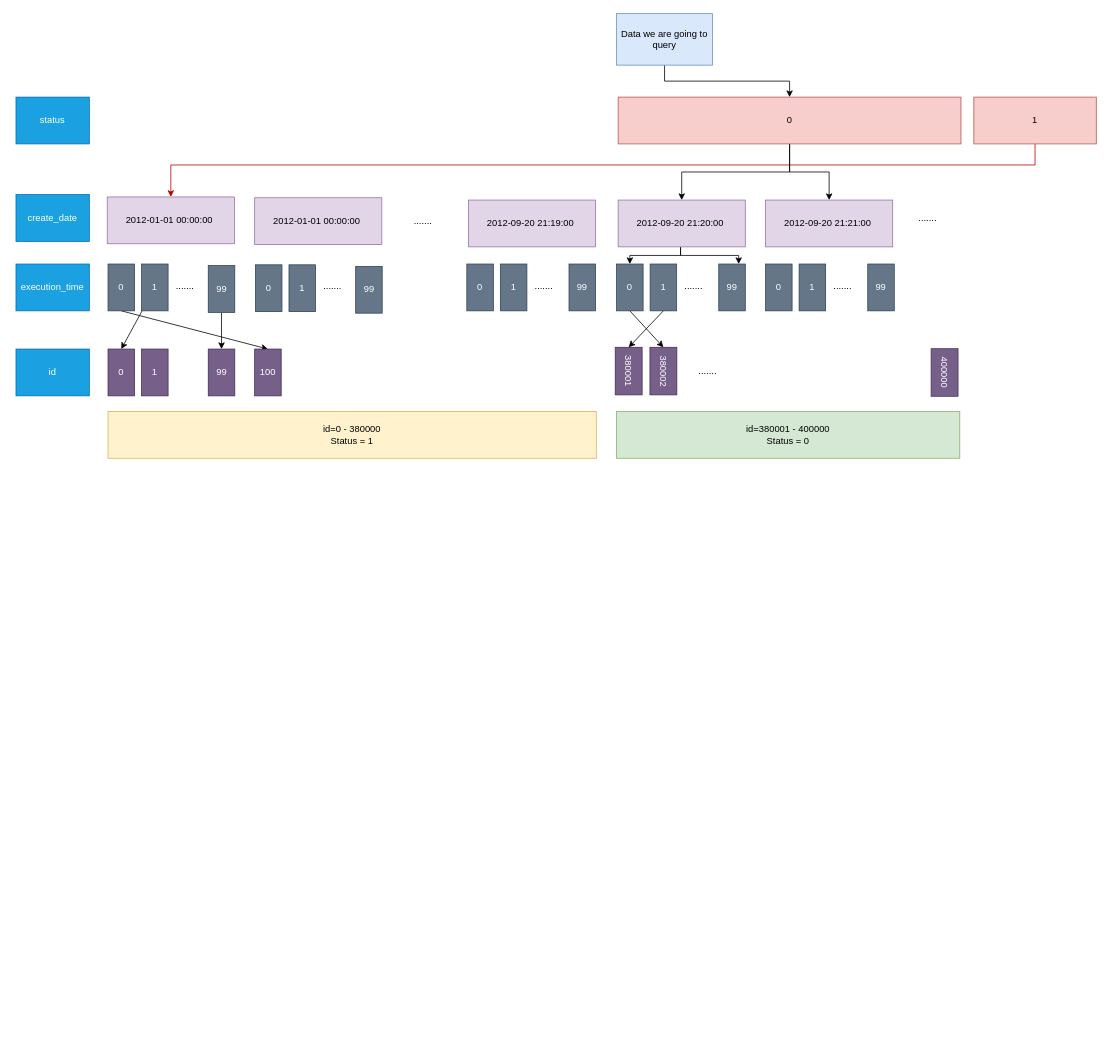
Before: page "Page-2" (2 of 2) of drawio/mysql/mysql.drawio in cmkam/architecture, a draw.io diagram. Source tidied: cells renumbered, new cells numbered last; positions are measured from the earlier drawing's top-left corner, leaving out a move shared by most shapes. Both pictures are drawn from the tidied source at 78%, with x=0, y=0 at pixel (16, 13).
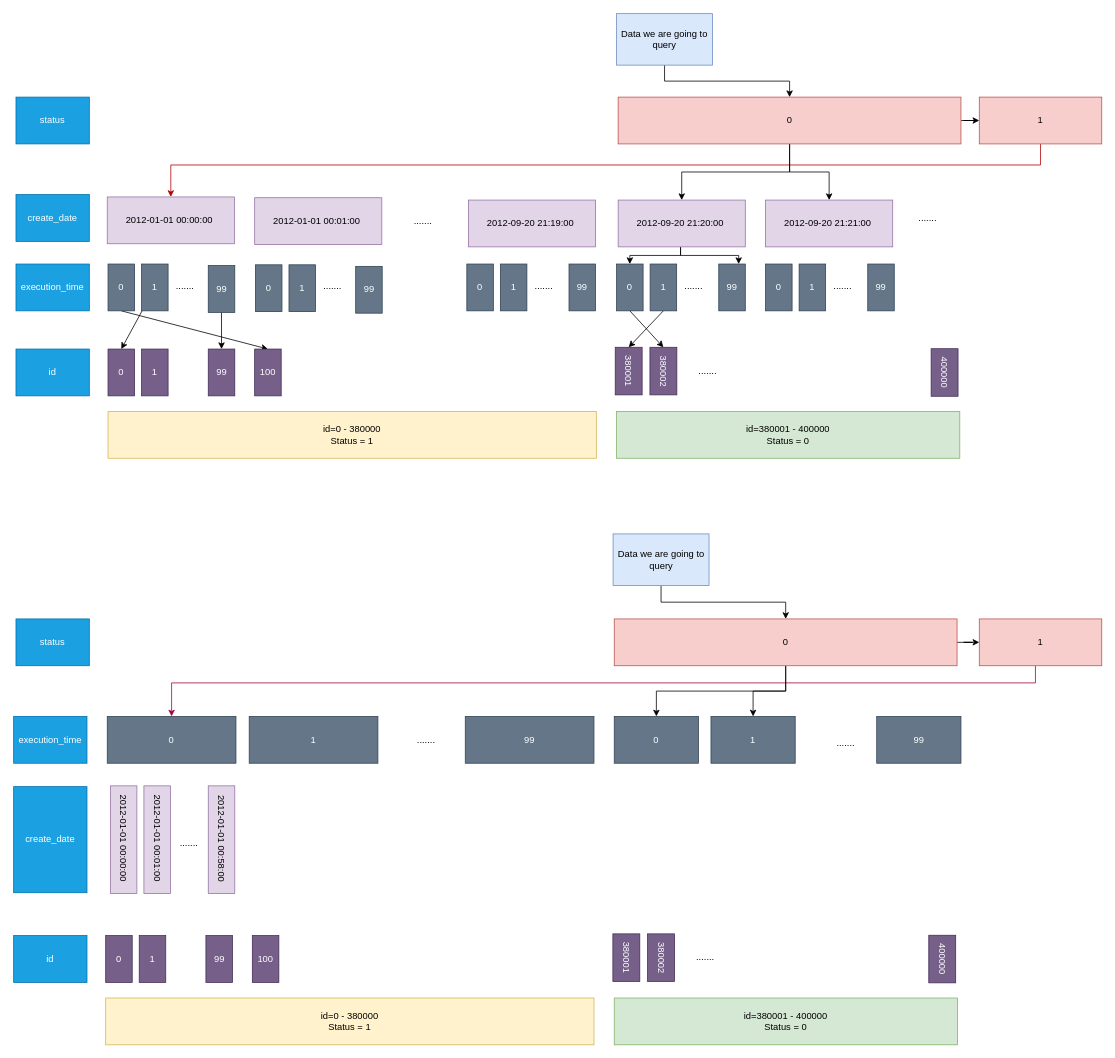
The same page after the edit.

The change refers to these unchanged cells:
```xml
<mxCell id="8" value="0" style="rounded=0;whiteSpace=wrap;html=1;fillColor=#f8cecc;strokeColor=#b85450;" parent="1" vertex="1">
  <mxGeometry x="772" y="107" width="439.5" height="60" as="geometry" />
</mxCell>
<mxCell id="16" value="&lt;pre class=&quot;graf graf--pre&quot;&gt;&lt;span style=&quot;background-color: initial; font-family: Helvetica; white-space: normal;&quot;&gt;2012-01-01 00:00:00&amp;nbsp;&lt;/span&gt;&lt;/pre&gt;" style="rounded=0;whiteSpace=wrap;html=1;fillColor=#e1d5e7;strokeColor=#9673a6;" parent="1" vertex="1">
  <mxGeometry x="117" y="235" width="163" height="60" as="geometry" />
</mxCell>
```

Change to the diagram source:
```diff
@@
-    <mxCell id="4" style="edgeStyle=orthogonalEdgeStyle;rounded=0;jettySize=auto;html=1;entryX=0.5;entryY=0;entryDx=0;entryDy=0;jumpStyle=none;fillColor=#e51400;strokeColor=#B20000;" parent="1" edge="1" source="5" target="16">
+    <mxCell id="4" style="edgeStyle=orthogonalEdgeStyle;rounded=0;jettySize=auto;html=1;entryX=0.5;entryY=0;entryDx=0;entryDy=0;jumpStyle=none;fillColor=#e51400;strokeColor=#B20000;exitX=0.5;exitY=1;exitDx=0;exitDy=0;" parent="1" edge="1" source="5" target="16">
       <mxGeometry relative="1" as="geometry">
         <Array as="points">
-          <mxPoint x="1307" y="194" />
+          <mxPoint x="1314" y="194" />
           <mxPoint x="199" y="194" />
         </Array>
       </mxGeometry>
     </mxCell>
     <mxCell id="5" value="1" style="rounded=0;whiteSpace=wrap;html=1;fillColor=#f8cecc;strokeColor=#b85450;" parent="1" vertex="1">
-      <mxGeometry x="1228" y="107" width="157" height="60" as="geometry" />
+      <mxGeometry x="1235" y="107" width="157" height="60" as="geometry" />
     </mxCell>
@@
+    <mxCell id="57" style="edgeStyle=orthogonalEdgeStyle;rounded=0;jettySize=auto;html=1;entryX=0;entryY=0.5;entryDx=0;entryDy=0;" parent="1" edge="1" source="8" target="5">
+      <mxGeometry relative="1" as="geometry" />
+    </mxCell>
@@
-    <mxCell id="23" value="&lt;pre class=&quot;graf graf--pre&quot;&gt;&lt;span style=&quot;background-color: initial; font-family: Helvetica; white-space: normal;&quot;&gt;2012-01-01 00:00:00&amp;nbsp;&lt;/span&gt;&lt;/pre&gt;" style="rounded=0;whiteSpace=wrap;html=1;fillColor=#e1d5e7;strokeColor=#9673a6;" parent="1" vertex="1">
+    <mxCell id="23" value="&lt;pre class=&quot;graf graf--pre&quot;&gt;&lt;span style=&quot;background-color: initial; font-family: Helvetica; white-space: normal;&quot;&gt;2012-01-01 00:01:00&amp;nbsp;&lt;/span&gt;&lt;/pre&gt;" style="rounded=0;whiteSpace=wrap;html=1;fillColor=#e1d5e7;strokeColor=#9673a6;" parent="1" vertex="1">
       <mxGeometry x="306" y="236" width="163" height="60" as="geometry" />
     </mxCell>
@@
+    <mxCell id="58" value="id=0 - 380000&lt;div&gt;Status = 1&lt;/div&gt;" style="rounded=0;whiteSpace=wrap;html=1;fillColor=#fff2cc;strokeColor=#d6b656;" parent="1" vertex="1">
+      <mxGeometry x="115" y="1262" width="626" height="60" as="geometry" />
+    </mxCell>
+    <mxCell id="59" value="id=380001 - 400000&lt;div&gt;Status = 0&lt;/div&gt;" style="rounded=0;whiteSpace=wrap;html=1;fillColor=#d5e8d4;strokeColor=#82b366;" parent="1" vertex="1">
+      <mxGeometry x="767" y="1262" width="440" height="60" as="geometry" />
+    </mxCell>
+    <mxCell id="60" style="edgeStyle=orthogonalEdgeStyle;rounded=0;jettySize=auto;html=1;entryX=0.5;entryY=0;entryDx=0;entryDy=0;fillColor=#d80073;strokeColor=#A50040;" parent="1" edge="1" source="61" target="69">
+      <mxGeometry relative="1" as="geometry">
+        <Array as="points">
+          <mxPoint x="1307" y="858" />
+          <mxPoint x="200" y="858" />
+        </Array>
+      </mxGeometry>
+    </mxCell>
+    <mxCell id="61" value="1" style="rounded=0;whiteSpace=wrap;html=1;fillColor=#f8cecc;strokeColor=#b85450;" parent="1" vertex="1">
+      <mxGeometry x="1235" y="776" width="157" height="60" as="geometry" />
+    </mxCell>
+    <mxCell id="62" style="edgeStyle=orthogonalEdgeStyle;rounded=0;jettySize=auto;html=1;" parent="1" edge="1" source="65" target="86">
+      <mxGeometry relative="1" as="geometry" />
+    </mxCell>
+    <mxCell id="63" style="edgeStyle=orthogonalEdgeStyle;rounded=0;jettySize=auto;html=1;entryX=0.5;entryY=0;entryDx=0;entryDy=0;" parent="1" edge="1" source="65" target="88">
+      <mxGeometry relative="1" as="geometry" />
+    </mxCell>
+    <mxCell id="64" style="edgeStyle=orthogonalEdgeStyle;rounded=0;jettySize=auto;html=1;entryX=0;entryY=0.5;entryDx=0;entryDy=0;" parent="1" edge="1" source="65" target="61">
+      <mxGeometry relative="1" as="geometry" />
+    </mxCell>
+    <mxCell id="65" value="0" style="rounded=0;whiteSpace=wrap;html=1;fillColor=#f8cecc;strokeColor=#b85450;" parent="1" vertex="1">
+      <mxGeometry x="767" y="776" width="439.5" height="60" as="geometry" />
+    </mxCell>
+    <mxCell id="66" value="status" style="rounded=0;whiteSpace=wrap;html=1;fillColor=#1ba1e2;fontColor=#ffffff;strokeColor=#006EAF;" parent="1" vertex="1">
+      <mxGeometry y="776" width="94" height="60" as="geometry" />
+    </mxCell>
+    <mxCell id="67" value="execution_time" style="rounded=0;whiteSpace=wrap;html=1;fillColor=#1ba1e2;fontColor=#ffffff;strokeColor=#006EAF;" parent="1" vertex="1">
+      <mxGeometry x="-3" y="901" width="94" height="60" as="geometry" />
+    </mxCell>
+    <mxCell id="68" value="create_date" style="rounded=0;whiteSpace=wrap;html=1;fillColor=#1ba1e2;fontColor=#ffffff;strokeColor=#006EAF;" parent="1" vertex="1">
+      <mxGeometry x="-3" y="991" width="94" height="136" as="geometry" />
+    </mxCell>
+    <mxCell id="69" value="&lt;pre class=&quot;graf graf--pre&quot;&gt;&lt;font face=&quot;Helvetica&quot;&gt;&lt;span style=&quot;white-space: normal;&quot;&gt;0&lt;/span&gt;&lt;/font&gt;&lt;/pre&gt;" style="rounded=0;whiteSpace=wrap;html=1;fillColor=#647687;strokeColor=#314354;fontColor=#ffffff;" parent="1" vertex="1">
+      <mxGeometry x="117" y="901" width="165" height="60" as="geometry" />
+    </mxCell>
+    <mxCell id="70" style="edgeStyle=orthogonalEdgeStyle;rounded=0;jettySize=auto;html=1;" parent="1" edge="1" source="71" target="65">
+      <mxGeometry relative="1" as="geometry" />
+    </mxCell>
+    <mxCell id="71" value="Data we are going to query" style="rounded=0;whiteSpace=wrap;html=1;fillColor=#dae8fc;strokeColor=#6c8ebf;" parent="1" vertex="1">
+      <mxGeometry x="765.5" y="667" width="123" height="66" as="geometry" />
+    </mxCell>
+    <mxCell id="72" value="&lt;pre class=&quot;graf graf--pre&quot;&gt;&lt;span style=&quot;background-color: initial; font-family: Helvetica; white-space: normal;&quot;&gt;2012-01-01 00:00:00&amp;nbsp;&lt;/span&gt;&lt;/pre&gt;" style="rounded=0;whiteSpace=wrap;html=1;fillColor=#e1d5e7;strokeColor=#9673a6;rotation=90;" parent="1" vertex="1">
+      <mxGeometry x="69" y="1042" width="138" height="34" as="geometry" />
+    </mxCell>
+    <mxCell id="73" value="&lt;pre class=&quot;graf graf--pre&quot;&gt;&lt;font face=&quot;Helvetica&quot;&gt;&lt;span style=&quot;white-space: normal;&quot;&gt;0&lt;/span&gt;&lt;/font&gt;&lt;/pre&gt;" style="rounded=0;whiteSpace=wrap;html=1;fillColor=#76608a;strokeColor=#432D57;fontColor=#ffffff;" parent="1" vertex="1">
+      <mxGeometry x="115" y="1182" width="34" height="60" as="geometry" />
+    </mxCell>
+    <mxCell id="74" value="id" style="rounded=0;whiteSpace=wrap;html=1;fillColor=#1ba1e2;fontColor=#ffffff;strokeColor=#006EAF;" parent="1" vertex="1">
+      <mxGeometry x="-3" y="1182" width="94" height="60" as="geometry" />
+    </mxCell>
+    <mxCell id="75" value="&lt;pre class=&quot;graf graf--pre&quot;&gt;&lt;font face=&quot;Helvetica&quot;&gt;&lt;span style=&quot;white-space: normal;&quot;&gt;1&lt;/span&gt;&lt;/font&gt;&lt;/pre&gt;" style="rounded=0;whiteSpace=wrap;html=1;fillColor=#76608a;strokeColor=#432D57;fontColor=#ffffff;" parent="1" vertex="1">
+      <mxGeometry x="158" y="1182" width="34" height="60" as="geometry" />
+    </mxCell>
+    <mxCell id="76" value="&lt;pre class=&quot;graf graf--pre&quot;&gt;&lt;font face=&quot;Helvetica&quot;&gt;&lt;span style=&quot;white-space: normal;&quot;&gt;99&lt;/span&gt;&lt;/font&gt;&lt;/pre&gt;" style="rounded=0;whiteSpace=wrap;html=1;fillColor=#76608a;strokeColor=#432D57;fontColor=#ffffff;" parent="1" vertex="1">
+      <mxGeometry x="243.5" y="1182" width="34" height="60" as="geometry" />
+    </mxCell>
+    <mxCell id="77" value="&lt;pre class=&quot;graf graf--pre&quot;&gt;&lt;font face=&quot;Helvetica&quot;&gt;&lt;span style=&quot;white-space: normal;&quot;&gt;100&lt;/span&gt;&lt;/font&gt;&lt;/pre&gt;" style="rounded=0;whiteSpace=wrap;html=1;fillColor=#76608a;strokeColor=#432D57;fontColor=#ffffff;" parent="1" vertex="1">
+      <mxGeometry x="303" y="1182" width="34" height="60" as="geometry" />
+    </mxCell>
+    <mxCell id="78" value="&lt;pre class=&quot;graf graf--pre&quot;&gt;&lt;font face=&quot;Helvetica&quot;&gt;&lt;span style=&quot;white-space: normal;&quot;&gt;380001&lt;/span&gt;&lt;/font&gt;&lt;/pre&gt;" style="rounded=0;whiteSpace=wrap;html=1;fillColor=#76608a;strokeColor=#432D57;fontColor=#ffffff;rotation=90;" parent="1" vertex="1">
+      <mxGeometry x="752" y="1193" width="61" height="34.5" as="geometry" />
+    </mxCell>
+    <mxCell id="79" value="&lt;pre class=&quot;graf graf--pre&quot;&gt;&lt;font face=&quot;Helvetica&quot;&gt;&lt;span style=&quot;white-space: normal;&quot;&gt;380002&lt;/span&gt;&lt;/font&gt;&lt;/pre&gt;" style="rounded=0;whiteSpace=wrap;html=1;fillColor=#76608a;strokeColor=#432D57;fontColor=#ffffff;rotation=90;" parent="1" vertex="1">
+      <mxGeometry x="796.5" y="1193" width="61" height="34.5" as="geometry" />
+    </mxCell>
+    <mxCell id="80" value="&lt;pre class=&quot;graf graf--pre&quot;&gt;&lt;font face=&quot;Helvetica&quot;&gt;&lt;span style=&quot;white-space: normal;&quot;&gt;400000&lt;/span&gt;&lt;/font&gt;&lt;/pre&gt;" style="rounded=0;whiteSpace=wrap;html=1;fillColor=#76608a;strokeColor=#432D57;fontColor=#ffffff;rotation=90;" parent="1" vertex="1">
+      <mxGeometry x="1157" y="1194.8" width="61" height="34.5" as="geometry" />
+    </mxCell>
+    <mxCell id="81" value="......." style="text;html=1;align=center;verticalAlign=middle;whiteSpace=wrap;rounded=0;" parent="1" vertex="1">
+      <mxGeometry x="854" y="1195.2" width="60" height="30" as="geometry" />
+    </mxCell>
+    <mxCell id="82" value="......." style="text;html=1;align=center;verticalAlign=middle;whiteSpace=wrap;rounded=0;" parent="1" vertex="1">
+      <mxGeometry x="496" y="916" width="60" height="30" as="geometry" />
+    </mxCell>
+    <mxCell id="83" value="&lt;pre class=&quot;graf graf--pre&quot;&gt;&lt;span style=&quot;background-color: initial; font-family: Helvetica; white-space: normal;&quot;&gt;2012-01-01 00:01:00&amp;nbsp;&lt;/span&gt;&lt;/pre&gt;" style="rounded=0;whiteSpace=wrap;html=1;fillColor=#e1d5e7;strokeColor=#9673a6;rotation=90;" parent="1" vertex="1">
+      <mxGeometry x="112" y="1042" width="138" height="34" as="geometry" />
+    </mxCell>
+    <mxCell id="84" value="&lt;pre class=&quot;graf graf--pre&quot;&gt;&lt;font face=&quot;Helvetica&quot;&gt;&lt;span style=&quot;white-space: normal;&quot;&gt;1&lt;/span&gt;&lt;/font&gt;&lt;/pre&gt;" style="rounded=0;whiteSpace=wrap;html=1;fillColor=#647687;strokeColor=#314354;fontColor=#ffffff;" parent="1" vertex="1">
+      <mxGeometry x="299" y="901" width="165" height="60" as="geometry" />
+    </mxCell>
+    <mxCell id="85" value="&lt;pre class=&quot;graf graf--pre&quot;&gt;&lt;font face=&quot;Helvetica&quot;&gt;&lt;span style=&quot;white-space: normal;&quot;&gt;99&lt;/span&gt;&lt;/font&gt;&lt;/pre&gt;" style="rounded=0;whiteSpace=wrap;html=1;fillColor=#647687;strokeColor=#314354;fontColor=#ffffff;" parent="1" vertex="1">
+      <mxGeometry x="576" y="901" width="165" height="60" as="geometry" />
+    </mxCell>
+    <mxCell id="86" value="&lt;pre class=&quot;graf graf--pre&quot;&gt;&lt;font face=&quot;Helvetica&quot;&gt;&lt;span style=&quot;white-space: normal;&quot;&gt;0&lt;/span&gt;&lt;/font&gt;&lt;/pre&gt;" style="rounded=0;whiteSpace=wrap;html=1;fillColor=#647687;strokeColor=#314354;fontColor=#ffffff;" parent="1" vertex="1">
+      <mxGeometry x="767" y="901" width="108" height="60" as="geometry" />
+    </mxCell>
+    <mxCell id="87" value="......." style="text;html=1;align=center;verticalAlign=middle;whiteSpace=wrap;rounded=0;" parent="1" vertex="1">
+      <mxGeometry x="1034" y="920" width="60" height="30" as="geometry" />
+    </mxCell>
+    <mxCell id="88" value="&lt;pre class=&quot;graf graf--pre&quot;&gt;&lt;font face=&quot;Helvetica&quot;&gt;&lt;span style=&quot;white-space: normal;&quot;&gt;1&lt;/span&gt;&lt;/font&gt;&lt;/pre&gt;" style="rounded=0;whiteSpace=wrap;html=1;fillColor=#647687;strokeColor=#314354;fontColor=#ffffff;" parent="1" vertex="1">
+      <mxGeometry x="891" y="901" width="108" height="60" as="geometry" />
+    </mxCell>
+    <mxCell id="89" value="&lt;pre class=&quot;graf graf--pre&quot;&gt;&lt;font face=&quot;Helvetica&quot;&gt;&lt;span style=&quot;white-space: normal;&quot;&gt;99&lt;/span&gt;&lt;/font&gt;&lt;/pre&gt;" style="rounded=0;whiteSpace=wrap;html=1;fillColor=#647687;strokeColor=#314354;fontColor=#ffffff;" parent="1" vertex="1">
+      <mxGeometry x="1103.5" y="901" width="108" height="60" as="geometry" />
+    </mxCell>
+    <mxCell id="90" value="&lt;pre class=&quot;graf graf--pre&quot;&gt;&lt;span style=&quot;background-color: initial; font-family: Helvetica; white-space: normal;&quot;&gt;2012-01-01 00:58:00&amp;nbsp;&lt;/span&gt;&lt;/pre&gt;" style="rounded=0;whiteSpace=wrap;html=1;fillColor=#e1d5e7;strokeColor=#9673a6;rotation=90;" parent="1" vertex="1">
+      <mxGeometry x="194.5" y="1042" width="138" height="34" as="geometry" />
+    </mxCell>
+    <mxCell id="91" value="......." style="text;html=1;align=center;verticalAlign=middle;whiteSpace=wrap;rounded=0;" parent="1" vertex="1">
+      <mxGeometry x="192" y="1049" width="60" height="30" as="geometry" />
+    </mxCell>
```
